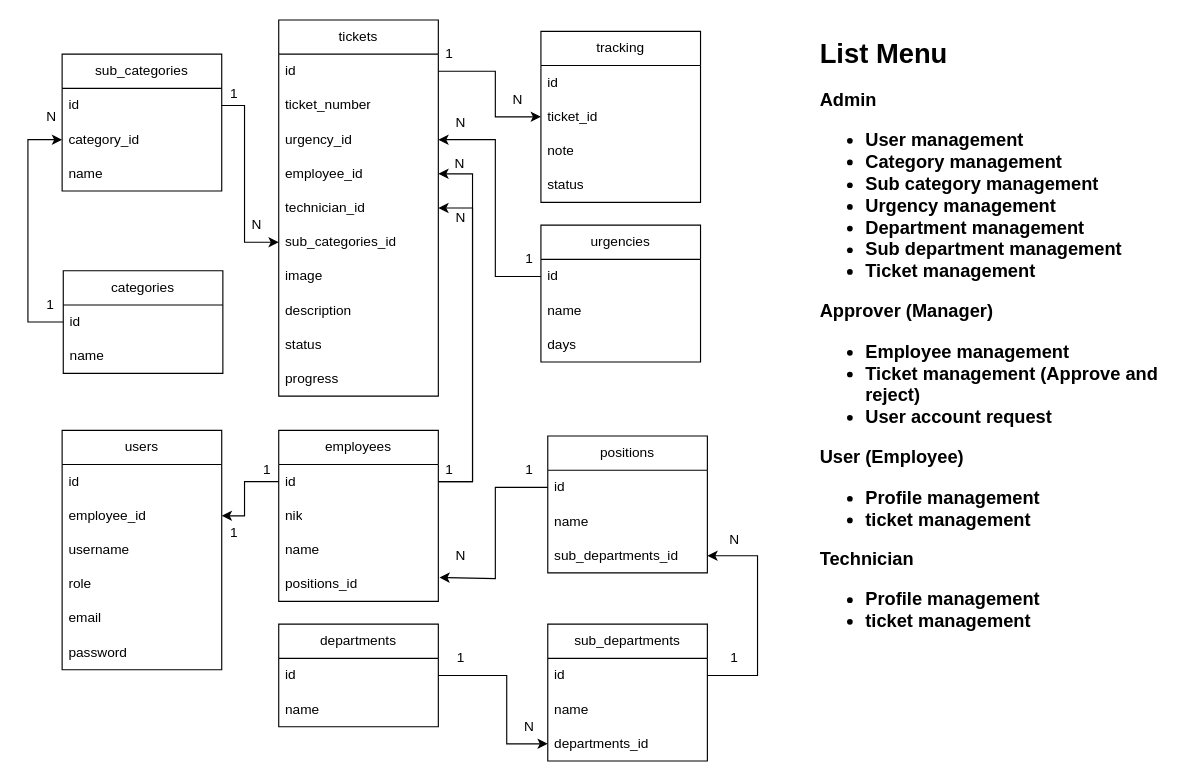
Above: ERD.drawio in iandzillan/laravel-helpdesk (draw.io), before the change. Source tidied: cells renumbered, new cells numbered last; positions are measured from the earlier drawing's top-left corner, leaving out a move shared by most shapes. Both pictures are drawn from the tidied source at 114%, with x=0, y=0 at pixel (27, 19).
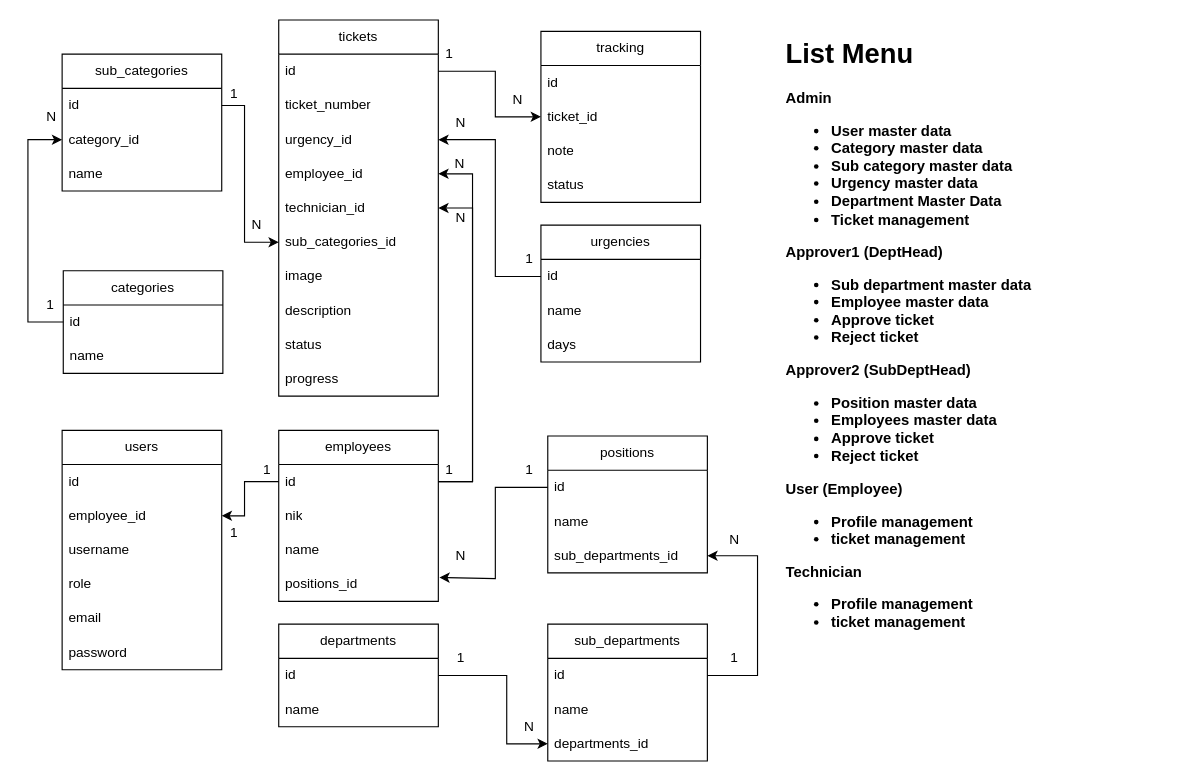
The same diagram, later.

Diff of the diagram source:
```diff
@@
-    <mxCell id="81" value="&lt;h1&gt;List Menu&lt;/h1&gt;&lt;div style=&quot;font-size: 16px;&quot;&gt;&lt;b style=&quot;&quot;&gt;&lt;font style=&quot;font-size: 16px;&quot;&gt;Admin&lt;/font&gt;&lt;/b&gt;&lt;/div&gt;&lt;div style=&quot;&quot;&gt;&lt;ul style=&quot;font-size: 16px;&quot;&gt;&lt;li&gt;&lt;b style=&quot;&quot;&gt;&lt;font style=&quot;font-size: 16px;&quot;&gt;User management&lt;/font&gt;&lt;/b&gt;&lt;/li&gt;&lt;li&gt;&lt;b style=&quot;&quot;&gt;&lt;font style=&quot;font-size: 16px;&quot;&gt;Category management&lt;/font&gt;&lt;/b&gt;&lt;/li&gt;&lt;li&gt;&lt;b style=&quot;&quot;&gt;&lt;font style=&quot;font-size: 16px;&quot;&gt;Sub category management&lt;/font&gt;&lt;/b&gt;&lt;/li&gt;&lt;li&gt;&lt;b style=&quot;&quot;&gt;&lt;font style=&quot;font-size: 16px;&quot;&gt;Urgency management&lt;/font&gt;&lt;/b&gt;&lt;/li&gt;&lt;li&gt;&lt;b style=&quot;&quot;&gt;&lt;font style=&quot;font-size: 16px;&quot;&gt;Department management&lt;/font&gt;&lt;/b&gt;&lt;/li&gt;&lt;li&gt;&lt;b style=&quot;&quot;&gt;&lt;font style=&quot;font-size: 16px;&quot;&gt;Sub department management&lt;/font&gt;&lt;/b&gt;&lt;/li&gt;&lt;li&gt;&lt;b style=&quot;&quot;&gt;&lt;font style=&quot;font-size: 16px;&quot;&gt;Ticket management&amp;nbsp;&lt;/font&gt;&lt;/b&gt;&lt;/li&gt;&lt;/ul&gt;&lt;/div&gt;&lt;div style=&quot;font-size: 16px;&quot;&gt;&lt;b&gt;&lt;font style=&quot;font-size: 16px;&quot;&gt;Approver (Manager)&lt;/font&gt;&lt;/b&gt;&lt;/div&gt;&lt;div style=&quot;font-size: 16px;&quot;&gt;&lt;ul&gt;&lt;li&gt;&lt;b&gt;&lt;font style=&quot;font-size: 16px;&quot;&gt;Employee management&lt;/font&gt;&lt;/b&gt;&lt;/li&gt;&lt;li&gt;&lt;b&gt;Ticket management (Approve and reject)&lt;/b&gt;&lt;/li&gt;&lt;li&gt;&lt;b&gt;User account request&lt;/b&gt;&lt;/li&gt;&lt;/ul&gt;&lt;/div&gt;&lt;div style=&quot;font-size: 16px;&quot;&gt;&lt;b&gt;&lt;font style=&quot;font-size: 16px;&quot;&gt;User (Employee)&lt;/font&gt;&lt;/b&gt;&lt;/div&gt;&lt;div style=&quot;font-size: 16px;&quot;&gt;&lt;ul&gt;&lt;li&gt;&lt;b&gt;&lt;font style=&quot;font-size: 16px;&quot;&gt;Profile management&lt;/font&gt;&lt;/b&gt;&lt;/li&gt;&lt;li&gt;&lt;b&gt;&lt;font style=&quot;font-size: 16px;&quot;&gt;ticket management&lt;/font&gt;&lt;/b&gt;&lt;/li&gt;&lt;/ul&gt;&lt;/div&gt;&lt;div style=&quot;font-size: 16px;&quot;&gt;&lt;b style=&quot;&quot;&gt;&lt;font style=&quot;font-size: 16px;&quot;&gt;Technician&lt;/font&gt;&lt;/b&gt;&lt;/div&gt;&lt;div style=&quot;font-size: 16px;&quot;&gt;&lt;ul&gt;&lt;li&gt;&lt;b&gt;Profile management&lt;/b&gt;&lt;/li&gt;&lt;li&gt;&lt;b&gt;ticket management&lt;/b&gt;&lt;/li&gt;&lt;/ul&gt;&lt;/div&gt;" style="text;html=1;strokeColor=none;fillColor=none;spacing=5;spacingTop=-20;whiteSpace=wrap;overflow=hidden;rounded=0;" parent="1" vertex="1">
-      <mxGeometry x="690" y="10" width="320" height="570" as="geometry" />
+    <mxCell id="81" value="&lt;h1&gt;List Menu&lt;/h1&gt;&lt;div style=&quot;font-size: 13px;&quot;&gt;&lt;b style=&quot;&quot;&gt;&lt;font style=&quot;font-size: 13px;&quot;&gt;Admin&lt;/font&gt;&lt;/b&gt;&lt;/div&gt;&lt;div style=&quot;font-size: 13px;&quot;&gt;&lt;ul style=&quot;&quot;&gt;&lt;li&gt;&lt;b style=&quot;&quot;&gt;&lt;font style=&quot;font-size: 13px;&quot;&gt;User master data&lt;/font&gt;&lt;/b&gt;&lt;/li&gt;&lt;li&gt;&lt;b style=&quot;&quot;&gt;&lt;font style=&quot;font-size: 13px;&quot;&gt;Category master data&lt;/font&gt;&lt;/b&gt;&lt;/li&gt;&lt;li&gt;&lt;b style=&quot;&quot;&gt;&lt;font style=&quot;font-size: 13px;&quot;&gt;Sub category master data&lt;/font&gt;&lt;/b&gt;&lt;/li&gt;&lt;li&gt;&lt;b style=&quot;&quot;&gt;&lt;font style=&quot;font-size: 13px;&quot;&gt;Urgency master data&lt;/font&gt;&lt;/b&gt;&lt;/li&gt;&lt;li&gt;&lt;b style=&quot;&quot;&gt;&lt;font style=&quot;font-size: 13px;&quot;&gt;Department Master Data&lt;/font&gt;&lt;/b&gt;&lt;/li&gt;&lt;li&gt;&lt;b style=&quot;&quot;&gt;&lt;font style=&quot;font-size: 13px;&quot;&gt;Ticket management&amp;nbsp;&lt;/font&gt;&lt;/b&gt;&lt;/li&gt;&lt;/ul&gt;&lt;/div&gt;&lt;div style=&quot;font-size: 13px;&quot;&gt;&lt;b&gt;&lt;font style=&quot;font-size: 13px;&quot;&gt;Approver1 (DeptHead)&lt;/font&gt;&lt;/b&gt;&lt;/div&gt;&lt;div style=&quot;font-size: 13px;&quot;&gt;&lt;ul&gt;&lt;li&gt;&lt;b&gt;&lt;font style=&quot;font-size: 13px;&quot;&gt;Sub department master data&lt;/font&gt;&lt;/b&gt;&lt;/li&gt;&lt;li&gt;&lt;b&gt;&lt;font style=&quot;font-size: 13px;&quot;&gt;Employee master data&lt;/font&gt;&lt;/b&gt;&lt;/li&gt;&lt;li&gt;&lt;b&gt;&lt;font style=&quot;font-size: 13px;&quot;&gt;Approve ticket&lt;/font&gt;&lt;/b&gt;&lt;/li&gt;&lt;li&gt;&lt;b&gt;&lt;font style=&quot;font-size: 13px;&quot;&gt;Reject ticket&lt;/font&gt;&lt;/b&gt;&lt;/li&gt;&lt;/ul&gt;&lt;div&gt;&lt;div style=&quot;border-color: var(--border-color);&quot;&gt;&lt;b style=&quot;border-color: var(--border-color);&quot;&gt;&lt;font style=&quot;font-size: 13px;&quot;&gt;Approver2 (SubDeptHead)&lt;/font&gt;&lt;/b&gt;&lt;/div&gt;&lt;div style=&quot;border-color: var(--border-color);&quot;&gt;&lt;ul style=&quot;border-color: var(--border-color);&quot;&gt;&lt;li style=&quot;border-color: var(--border-color);&quot;&gt;&lt;b style=&quot;border-color: var(--border-color);&quot;&gt;&lt;font style=&quot;font-size: 13px;&quot;&gt;Position master data&lt;/font&gt;&lt;/b&gt;&lt;/li&gt;&lt;li style=&quot;border-color: var(--border-color);&quot;&gt;&lt;b style=&quot;border-color: var(--border-color);&quot;&gt;&lt;font style=&quot;font-size: 13px;&quot;&gt;Employees master data&lt;/font&gt;&lt;/b&gt;&lt;/li&gt;&lt;li style=&quot;border-color: var(--border-color);&quot;&gt;&lt;b style=&quot;border-color: var(--border-color);&quot;&gt;&lt;font style=&quot;font-size: 13px;&quot;&gt;Approve ticket&lt;/font&gt;&lt;/b&gt;&lt;/li&gt;&lt;li style=&quot;border-color: var(--border-color);&quot;&gt;&lt;b style=&quot;border-color: var(--border-color);&quot;&gt;&lt;font style=&quot;font-size: 13px;&quot;&gt;Reject ticket&lt;/font&gt;&lt;/b&gt;&lt;/li&gt;&lt;/ul&gt;&lt;/div&gt;&lt;/div&gt;&lt;/div&gt;&lt;div style=&quot;font-size: 13px;&quot;&gt;&lt;b&gt;&lt;font style=&quot;font-size: 13px;&quot;&gt;User (Employee)&lt;/font&gt;&lt;/b&gt;&lt;/div&gt;&lt;div style=&quot;font-size: 13px;&quot;&gt;&lt;ul&gt;&lt;li&gt;&lt;b&gt;&lt;font style=&quot;font-size: 13px;&quot;&gt;Profile management&lt;/font&gt;&lt;/b&gt;&lt;/li&gt;&lt;li&gt;&lt;b&gt;&lt;font style=&quot;font-size: 13px;&quot;&gt;ticket management&lt;/font&gt;&lt;/b&gt;&lt;/li&gt;&lt;/ul&gt;&lt;/div&gt;&lt;div style=&quot;font-size: 13px;&quot;&gt;&lt;b style=&quot;&quot;&gt;&lt;font style=&quot;font-size: 13px;&quot;&gt;Technician&lt;/font&gt;&lt;/b&gt;&lt;/div&gt;&lt;div style=&quot;font-size: 13px;&quot;&gt;&lt;ul style=&quot;&quot;&gt;&lt;li style=&quot;&quot;&gt;&lt;b&gt;&lt;font style=&quot;font-size: 13px;&quot;&gt;Profile management&lt;/font&gt;&lt;/b&gt;&lt;/li&gt;&lt;li style=&quot;&quot;&gt;&lt;b style=&quot;&quot;&gt;&lt;font style=&quot;font-size: 13px;&quot;&gt;ticket management&lt;/font&gt;&lt;/b&gt;&lt;/li&gt;&lt;/ul&gt;&lt;/div&gt;" style="text;html=1;strokeColor=none;fillColor=none;spacing=5;spacingTop=-20;whiteSpace=wrap;overflow=hidden;rounded=0;" parent="1" vertex="1">
+      <mxGeometry x="660" y="10" width="230" height="540" as="geometry" />
     </mxCell>
```
